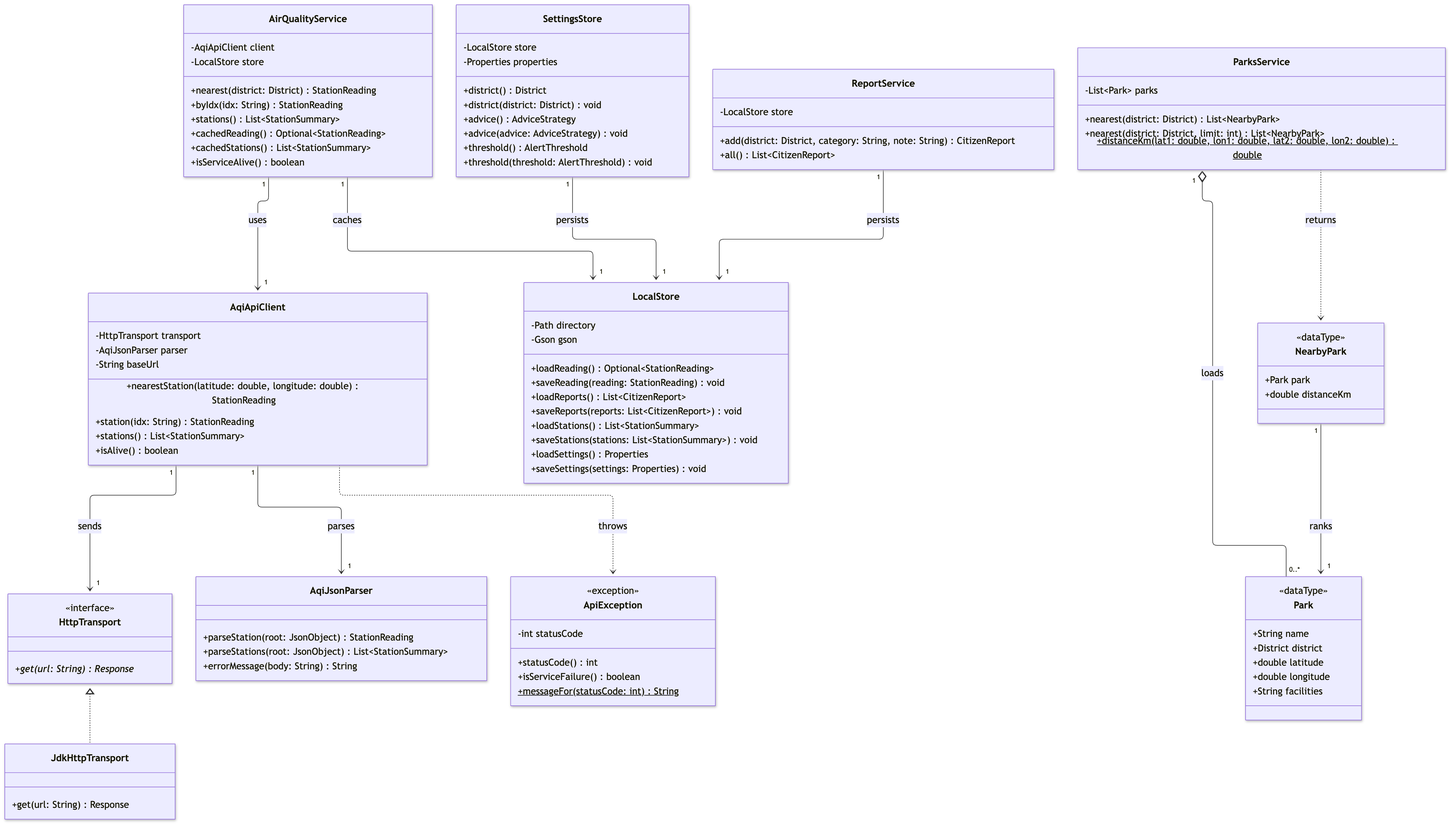
Before: docs/diagrams/class-diagram-services.png, a diagram exported from Mermaid (melvinchia3636/sc-assignment). Its source is kept beside it as docs/diagrams/class-diagram-services.mmd.
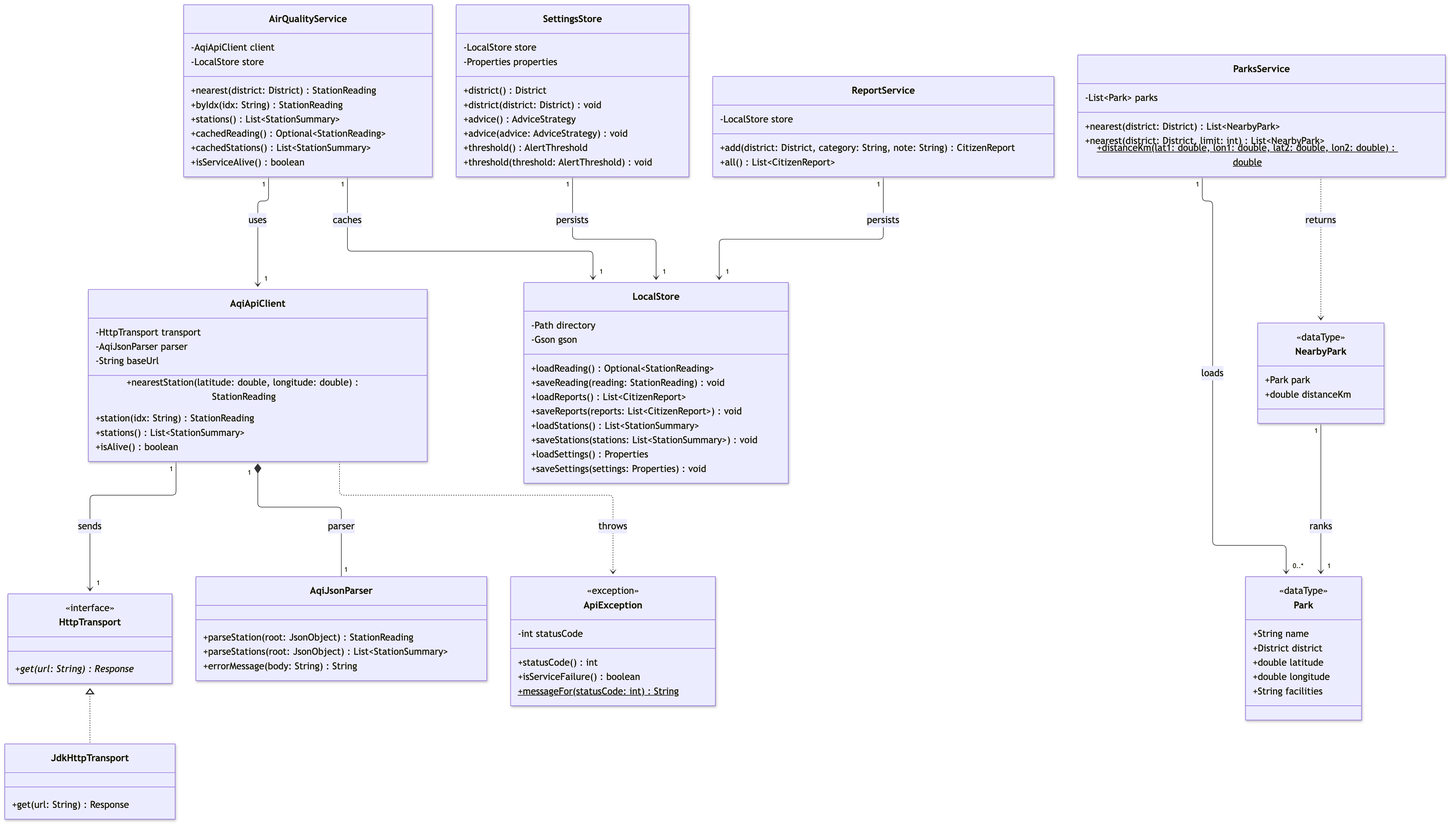
The same file after the commit.

The edit, as a diff of the source:
```diff
@@ -107,10 +107,10 @@
     AirQualityService "1" --> "1" AqiApiClient : uses
     AirQualityService "1" --> "1" LocalStore : caches
     AqiApiClient "1" --> "1" HttpTransport : sends
-    AqiApiClient "1" --> "1" AqiJsonParser : parses
+    AqiApiClient "1" *-- "1" AqiJsonParser : parser
     AqiApiClient ..> ApiException : throws
     SettingsStore "1" --> "1" LocalStore : persists
     ReportService "1" --> "1" LocalStore : persists
-    ParksService "1" o-- "0..*" Park : loads
+    ParksService "1" --> "0..*" Park : loads
     ParksService ..> NearbyPark : returns
     NearbyPark "1" --> "1" Park : ranks
```
